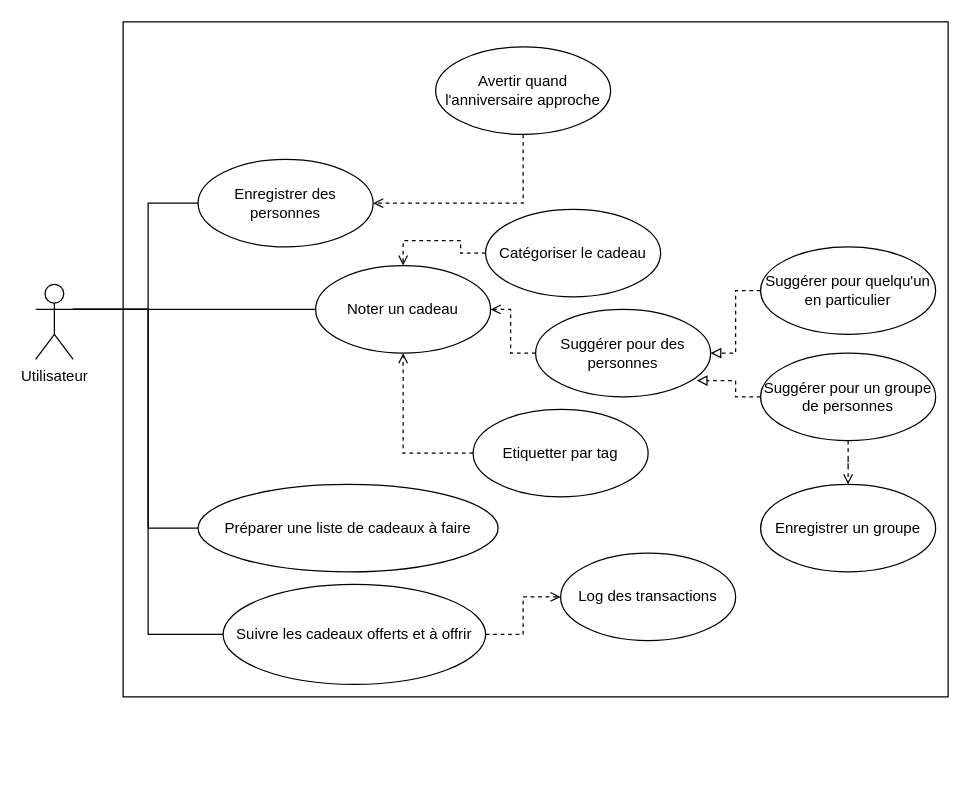
The draw.io diagram conceptionv2/use-case/use-case.drawio in Lune00/project-wish-to-offer, before the edit. Source tidied: cells renumbered, new cells numbered last; positions are measured from the earlier drawing's top-left corner, leaving out a move shared by most shapes. Both pictures are drawn from the tidied source at 125%, with x=0, y=0 at pixel (35, 21).
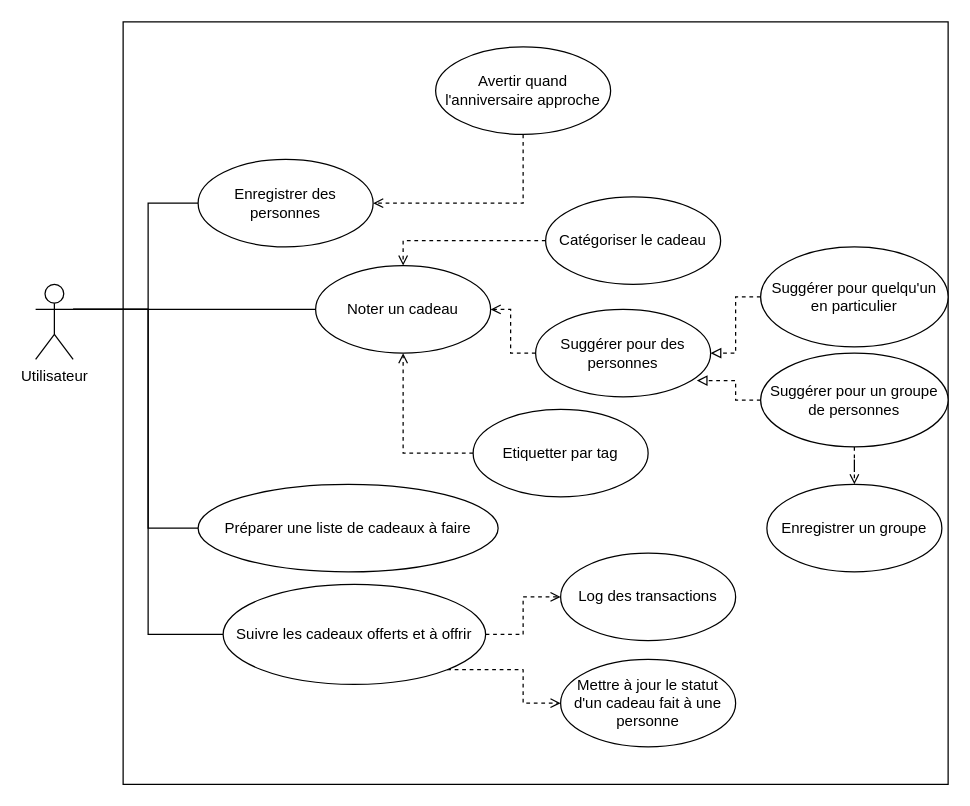
After the change.

The change refers to these unchanged cells:
```xml
<mxCell id="20" value="Suivre les cadeaux offerts et à offrir" style="ellipse;whiteSpace=wrap;html=1;" parent="1" vertex="1">
  <mxGeometry x="150" y="450" width="210" height="80" as="geometry" />
</mxCell>
```

Change to the diagram source:
```diff
@@
     <mxCell id="3" style="html=1;" parent="1" vertex="1">
-      <mxGeometry x="70" width="660" height="540" as="geometry" />
+      <mxGeometry x="70" width="660" height="610" as="geometry" />
     </mxCell>
@@
     <mxCell id="13" value="Catégoriser le cadeau" style="ellipse;whiteSpace=wrap;html=1;" parent="1" vertex="1">
-      <mxGeometry x="360" y="150" width="140" height="70" as="geometry" />
+      <mxGeometry x="408" y="140" width="140" height="70" as="geometry" />
     </mxCell>
@@
+    <mxCell id="28" style="edgeStyle=orthogonalEdgeStyle;rounded=0;jettySize=auto;html=1;exitX=1;exitY=1;exitDx=0;exitDy=0;dashed=1;endArrow=open;endFill=0;strokeColor=#000000;" parent="1" edge="1" source="20" target="29">
+      <mxGeometry relative="1" as="geometry" />
+    </mxCell>
@@
     <mxCell id="22" value="Suggérer pour quelqu'un en particulier" style="ellipse;whiteSpace=wrap;html=1;" parent="1" vertex="1">
-      <mxGeometry x="580" y="180" width="140" height="70" as="geometry" />
+      <mxGeometry x="580" y="180" width="150" height="80" as="geometry" />
     </mxCell>
@@
     <mxCell id="25" value="Suggérer pour un groupe de personnes" style="ellipse;whiteSpace=wrap;html=1;" parent="1" vertex="1">
-      <mxGeometry x="580" y="265" width="140" height="70" as="geometry" />
+      <mxGeometry x="580" y="265" width="150" height="75" as="geometry" />
     </mxCell>
     <mxCell id="26" value="Enregistrer un groupe" style="ellipse;whiteSpace=wrap;html=1;" parent="1" vertex="1">
-      <mxGeometry x="580" y="370" width="140" height="70" as="geometry" />
+      <mxGeometry x="585" y="370" width="140" height="70" as="geometry" />
     </mxCell>
@@
+    <mxCell id="29" value="Mettre à jour le statut d'un cadeau fait à une personne" style="ellipse;whiteSpace=wrap;html=1;" parent="1" vertex="1">
+      <mxGeometry x="420" y="510" width="140" height="70" as="geometry" />
+    </mxCell>
```
